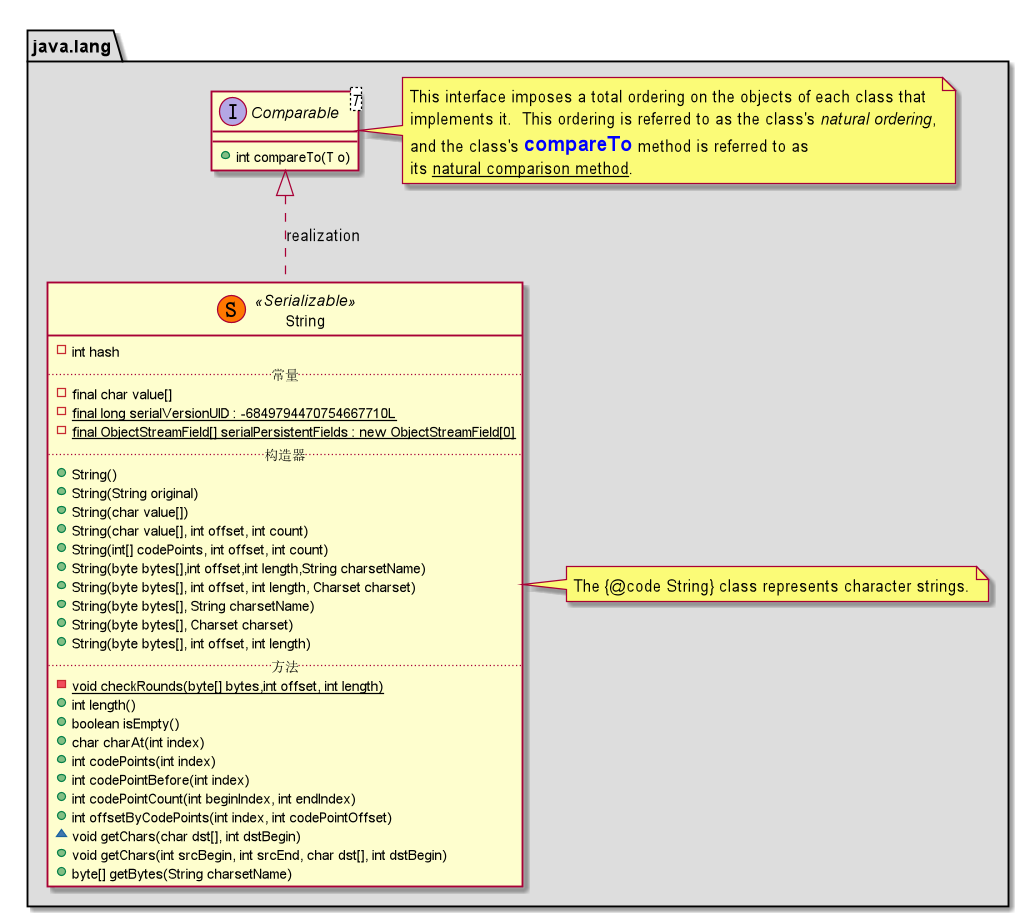
Earlier version of the PlantUML export img/designpattern/20200214-2.png (LyricYang/lyricYang.github.io).
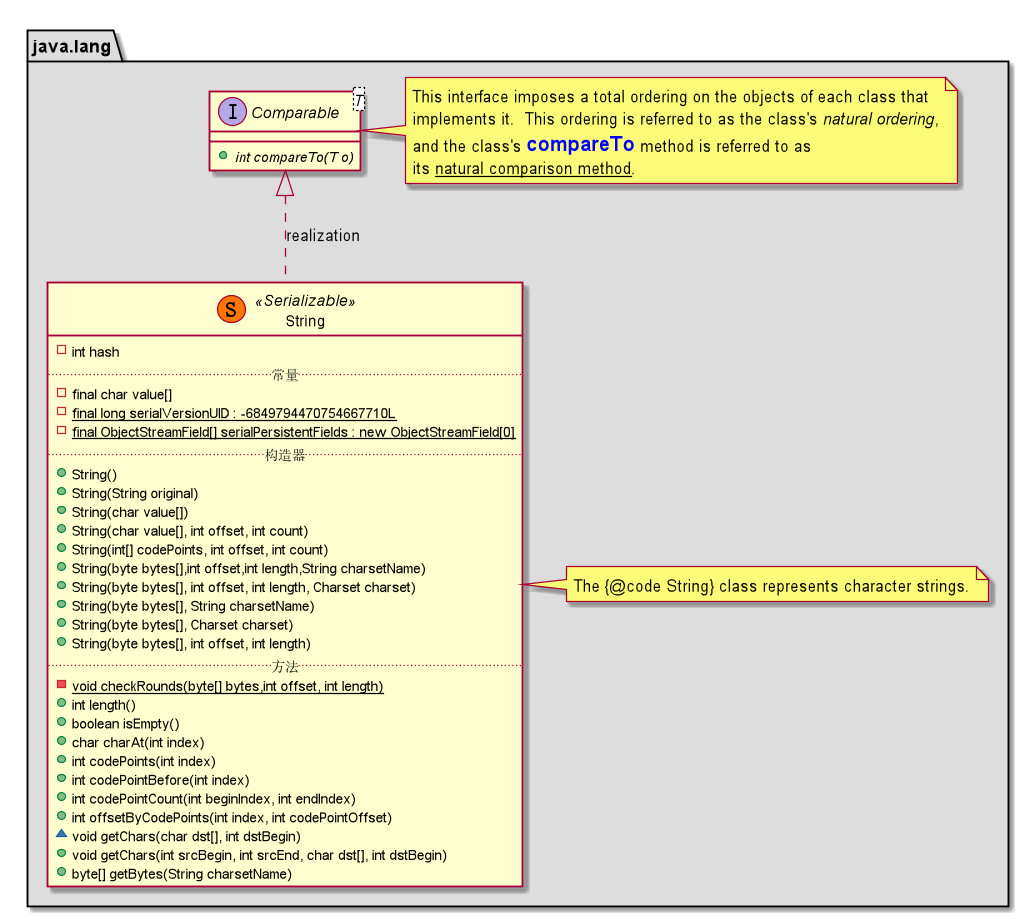
The same diagram one commit later.

Diff of the diagram source:
```diff
@@ -2,7 +2,7 @@
 package java.lang #DDDDDD{
 
     interface Comparable<T>{
-        + int compareTo(T o)
+        + {abstract}int compareTo(T o)
     }
 
     class String << (S,#FF7700) Serializable>>{
```
